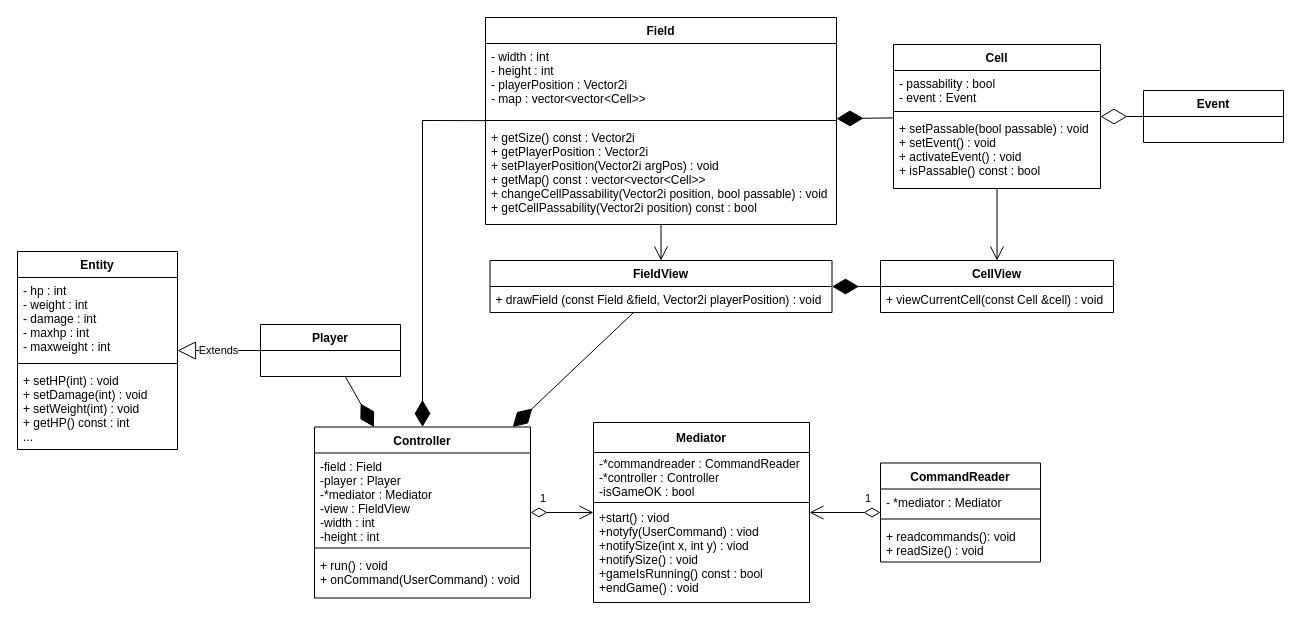
Before: uml/uml1.drawio in miktorius/OOP_game, a draw.io diagram. Source tidied: cells renumbered, new cells numbered last; positions are measured from the earlier drawing's top-left corner, leaving out a move shared by most shapes. Both pictures are drawn from the tidied source at 100%, with x=0, y=0 at pixel (17, 17).
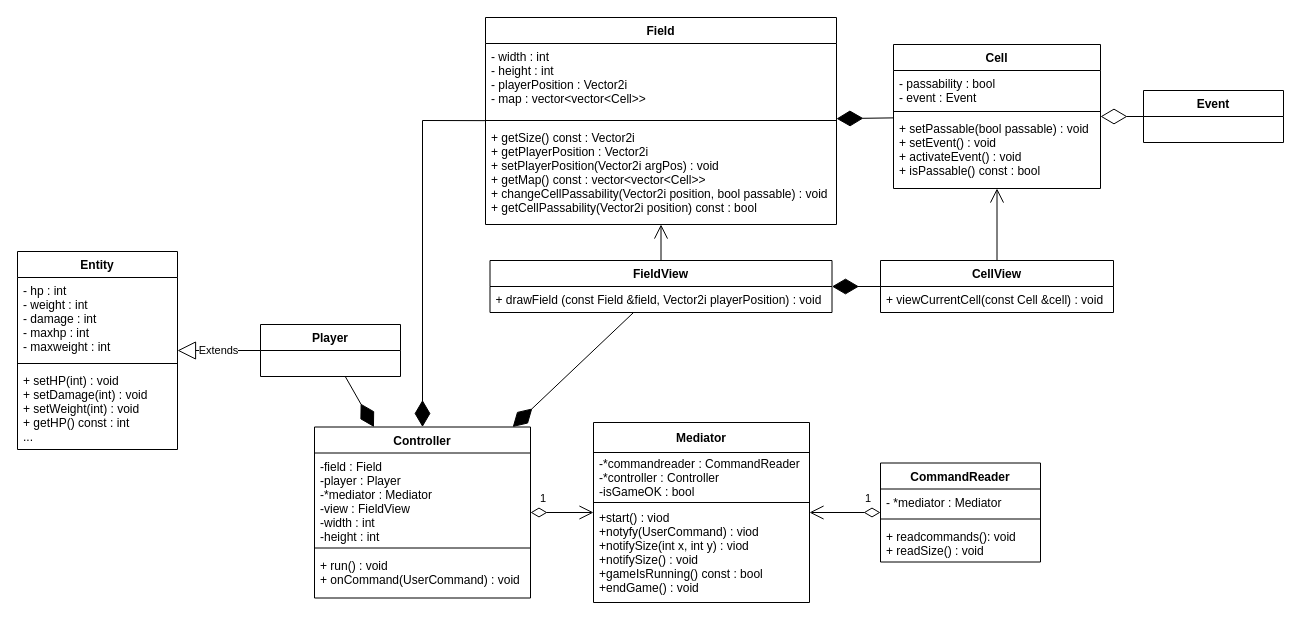
The same diagram, later.

The change refers to these unchanged cells:
```xml
<mxCell id="22" value="FieldView" style="swimlane;fontStyle=1;horizontal=1;startSize=26;fillColor=none;" parent="1" vertex="1">
  <mxGeometry x="472.5" y="243" width="342" height="52" as="geometry" />
</mxCell>
<mxCell id="24" value="CellView" style="swimlane;fontStyle=1;horizontal=1;startSize=26;fillColor=none;" parent="1" vertex="1">
  <mxGeometry x="863" y="243" width="233" height="52" as="geometry" />
</mxCell>
<mxCell id="27" value="Field&#10;" style="swimlane;fontStyle=1;align=center;verticalAlign=top;horizontal=1;startSize=26;" parent="1" vertex="1">
  <mxGeometry x="468" width="351" height="207" as="geometry" />
</mxCell>
<mxCell id="31" value="Cell" style="swimlane;fontStyle=1;align=center;verticalAlign=top;horizontal=1;startSize=26;" parent="1" vertex="1">
  <mxGeometry x="876" y="27" width="207" height="144" as="geometry" />
</mxCell>
```

The edit, as a diff of the source:
```diff
@@
-    <mxCell id="37" style="endArrow=open;endFill=1;endSize=12;html=1;rounded=0;" parent="1" edge="1" source="27" target="22">
-      <mxGeometry relative="1" as="geometry" />
-    </mxCell>
-    <mxCell id="38" style="endArrow=open;endFill=1;endSize=12;html=1;rounded=0;" parent="1" edge="1" source="31" target="24">
-      <mxGeometry relative="1" as="geometry" />
-    </mxCell>
@@
+    <mxCell id="42" style="endArrow=open;endFill=1;endSize=12;html=1;rounded=0;" parent="1" edge="1" source="24" target="31">
+      <mxGeometry relative="1" as="geometry" />
+    </mxCell>
+    <mxCell id="43" style="endArrow=open;endFill=1;endSize=12;html=1;rounded=0;" parent="1" edge="1" source="22" target="27">
+      <mxGeometry relative="1" as="geometry" />
+    </mxCell>
```
